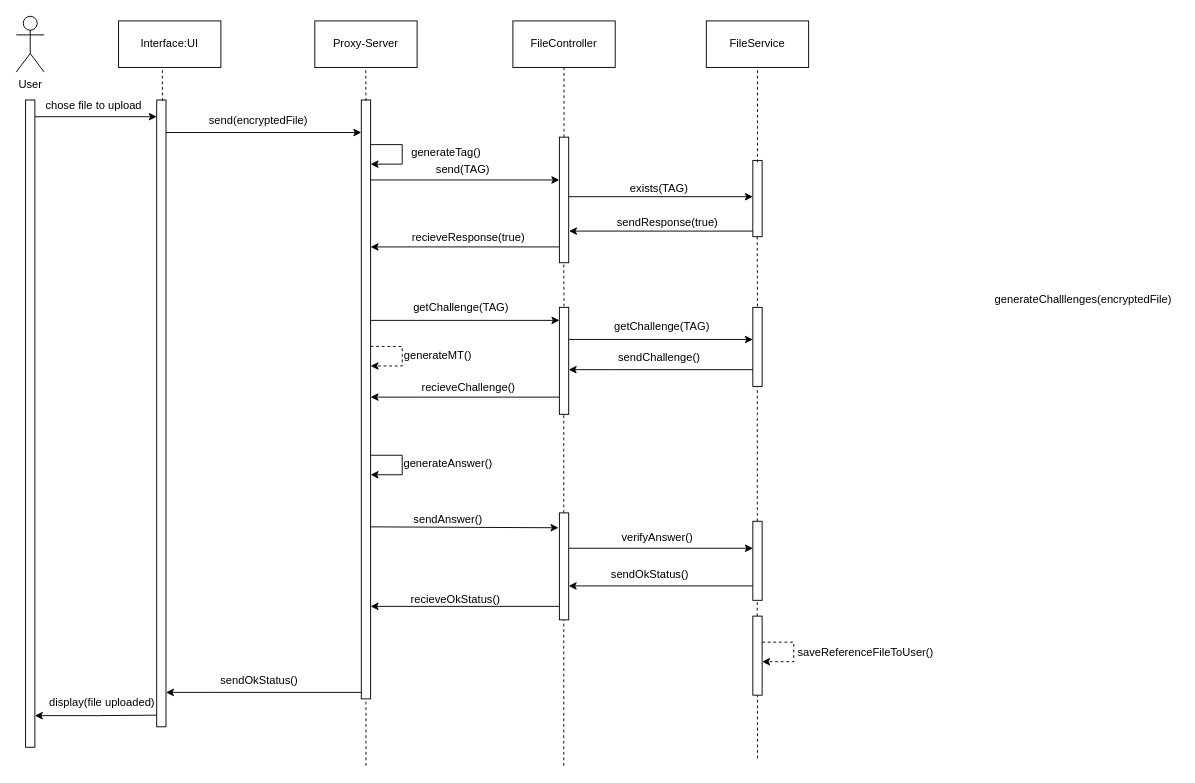
Before: sd_fisier_exista.drawio in jipi2/SecureDataDeduplication, a draw.io diagram. Source tidied: cells renumbered, new cells numbered last; positions are measured from the earlier drawing's top-left corner, leaving out a move shared by most shapes. Both pictures are drawn from the tidied source at 93%, with x=0, y=0 at pixel (16, 16).
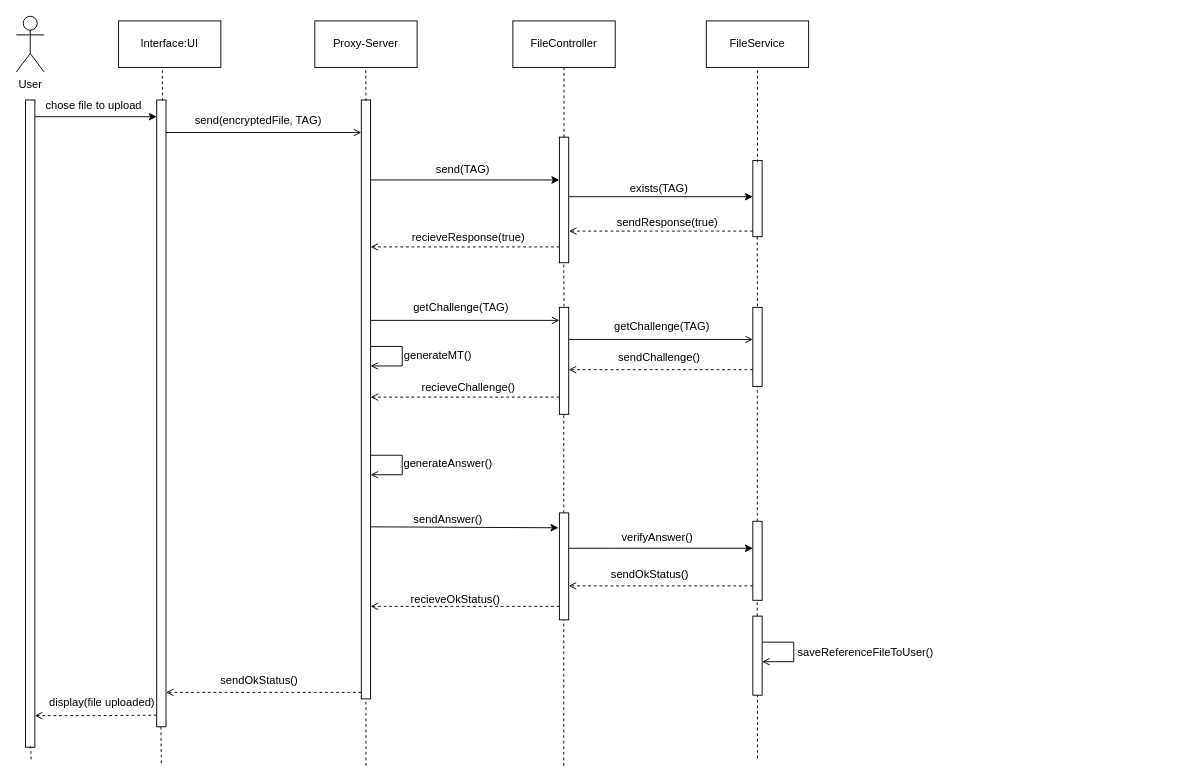
After the change.

Unchanged cells that the change refers to:
```xml
<mxCell id="15" style="html=1;points=[[0,0,0,0,5],[0,1,0,0,-5],[1,0,0,0,5],[1,1,0,0,-5]];perimeter=orthogonalPerimeter;outlineConnect=0;targetShapes=umlLifeline;portConstraint=eastwest;newEdgeStyle={&quot;curved&quot;:0,&quot;rounded&quot;:0};" parent="1" vertex="1">
  <mxGeometry x="371" y="90" width="10" height="644" as="geometry" />
</mxCell>
<mxCell id="37" style="html=1;points=[[0,0,0,0,5],[0,1,0,0,-5],[1,0,0,0,5],[1,1,0,0,-5]];perimeter=orthogonalPerimeter;outlineConnect=0;targetShapes=umlLifeline;portConstraint=eastwest;newEdgeStyle={&quot;curved&quot;:0,&quot;rounded&quot;:0};" parent="1" vertex="1">
  <mxGeometry x="584" y="313" width="10" height="115" as="geometry" />
</mxCell>
<mxCell id="41" style="html=1;points=[[0,0,0,0,5],[0,1,0,0,-5],[1,0,0,0,5],[1,1,0,0,-5]];perimeter=orthogonalPerimeter;outlineConnect=0;targetShapes=umlLifeline;portConstraint=eastwest;newEdgeStyle={&quot;curved&quot;:0,&quot;rounded&quot;:0};" parent="1" vertex="1">
  <mxGeometry x="792" y="313" width="10" height="85" as="geometry" />
</mxCell>
```

The edit, as a diff of the source:
```diff
@@
-    <mxCell id="9" style="edgeStyle=orthogonalEdgeStyle;rounded=0;orthogonalLoop=1;jettySize=auto;html=1;curved=0;" parent="1" edge="1">
+    <mxCell id="9" style="edgeStyle=orthogonalEdgeStyle;rounded=0;orthogonalLoop=1;jettySize=auto;html=1;curved=0;endArrow=open;endFill=0;" parent="1" edge="1">
       <mxGeometry relative="1" as="geometry">
         <mxPoint x="161" y="125" as="sourcePoint" />
         <mxPoint x="371" y="125" as="targetPoint" />
       </mxGeometry>
     </mxCell>
-    <mxCell id="10" style="edgeStyle=orthogonalEdgeStyle;rounded=0;orthogonalLoop=1;jettySize=auto;html=1;curved=0;" parent="1" edge="1">
+    <mxCell id="10" style="edgeStyle=orthogonalEdgeStyle;rounded=0;orthogonalLoop=1;jettySize=auto;html=1;curved=0;dashed=1;endArrow=open;endFill=0;" parent="1" edge="1">
       <mxGeometry relative="1" as="geometry">
         <mxPoint x="151" y="751.5" as="sourcePoint" />
         <mxPoint x="20" y="752" as="targetPoint" />
       </mxGeometry>
     </mxCell>
@@
-    <mxCell id="13" style="edgeStyle=orthogonalEdgeStyle;rounded=0;jettySize=auto;html=1;curved=0;" parent="1" edge="1" source="15" target="37">
+    <mxCell id="13" style="edgeStyle=orthogonalEdgeStyle;rounded=0;jettySize=auto;html=1;curved=0;endArrow=open;endFill=0;" parent="1" edge="1" source="15" target="37">
       <mxGeometry relative="1" as="geometry">
         <Array as="points">
           <mxPoint x="533" y="327" />
           <mxPoint x="533" y="327" />
         </Array>
       </mxGeometry>
     </mxCell>
-    <mxCell id="14" style="edgeStyle=orthogonalEdgeStyle;rounded=0;orthogonalLoop=1;jettySize=auto;html=1;curved=0;" parent="1" edge="1">
+    <mxCell id="14" style="edgeStyle=orthogonalEdgeStyle;rounded=0;orthogonalLoop=1;jettySize=auto;html=1;curved=0;dashed=1;endArrow=open;endFill=0;" parent="1" edge="1">
       <mxGeometry relative="1" as="geometry">
         <mxPoint x="371" y="727" as="sourcePoint" />
         <mxPoint x="161" y="727" as="targetPoint" />
         <Array as="points">
           <mxPoint x="212" y="727" />
           <mxPoint x="212" y="727" />
         </Array>
       </mxGeometry>
     </mxCell>
@@
-    <mxCell id="16" value="send(encryptedFile)" style="text;html=1;align=center;verticalAlign=middle;strokeColor=none;fillColor=none;" parent="1" vertex="1">
-      <mxGeometry x="198" y="99" width="124" height="26" as="geometry" />
+    <mxCell id="16" value="send(encryptedFile, TAG)" style="text;html=1;align=center;verticalAlign=middle;strokeColor=none;fillColor=none;" parent="1" vertex="1">
+      <mxGeometry x="183" y="99" width="154" height="26" as="geometry" />
     </mxCell>
@@
-    <mxCell id="18" style="edgeStyle=orthogonalEdgeStyle;rounded=0;orthogonalLoop=1;jettySize=auto;html=1;curved=0;" parent="1" edge="1">
+    <mxCell id="18" style="edgeStyle=orthogonalEdgeStyle;rounded=0;orthogonalLoop=1;jettySize=auto;html=1;curved=0;dashed=1;endArrow=open;endFill=0;" parent="1" edge="1">
       <mxGeometry relative="1" as="geometry">
         <mxPoint x="584" y="248" as="sourcePoint" />
         <mxPoint x="381" y="248" as="targetPoint" />
         <Array as="points">
           <mxPoint x="533" y="248" />
           <mxPoint x="533" y="248" />
         </Array>
       </mxGeometry>
     </mxCell>
@@
-    <mxCell id="24" style="edgeStyle=orthogonalEdgeStyle;rounded=0;orthogonalLoop=1;jettySize=auto;html=1;curved=0;entryX=1.043;entryY=0.5;entryDx=0;entryDy=0;entryPerimeter=0;" parent="1" edge="1">
+    <mxCell id="24" style="edgeStyle=orthogonalEdgeStyle;rounded=0;orthogonalLoop=1;jettySize=auto;html=1;curved=0;entryX=1.043;entryY=0.5;entryDx=0;entryDy=0;entryPerimeter=0;dashed=1;endArrow=open;endFill=0;" parent="1" edge="1">
       <mxGeometry relative="1" as="geometry">
         <mxPoint x="792" y="231" as="sourcePoint" />
         <mxPoint x="594.4" y="231" as="targetPoint" />
       </mxGeometry>
     </mxCell>
@@
-    <mxCell id="28" style="endArrow=classic;html=1;rounded=0;dashed=1;" parent="1" edge="1">
+    <mxCell id="28" style="endArrow=open;html=1;rounded=0;endFill=0;" parent="1" edge="1">
       <mxGeometry relative="1" as="geometry">
         <mxPoint x="381" y="355" as="sourcePoint" />
         <mxPoint x="381" y="376" as="targetPoint" />
         <Array as="points">
           <mxPoint x="415" y="355" />
           <mxPoint x="415" y="376" />
         </Array>
       </mxGeometry>
     </mxCell>
-    <mxCell id="29" value="generateChalllenges(encryptedFile)" style="text;html=1;align=center;verticalAlign=middle;strokeColor=none;fillColor=none;" parent="1" vertex="1">
+    <mxCell id="29" style="text;html=1;align=center;verticalAlign=middle;strokeColor=none;fillColor=none;" parent="1" vertex="1">
       <mxGeometry x="1042.5" y="292" width="208" height="26" as="geometry" />
     </mxCell>
@@
-    <mxCell id="35" style="edgeStyle=orthogonalEdgeStyle;rounded=0;orthogonalLoop=1;jettySize=auto;html=1;curved=0;" parent="1" edge="1">
+    <mxCell id="35" style="edgeStyle=orthogonalEdgeStyle;rounded=0;orthogonalLoop=1;jettySize=auto;html=1;curved=0;endArrow=open;endFill=0;" parent="1" edge="1">
       <mxGeometry relative="1" as="geometry">
         <mxPoint x="594" y="347.5" as="sourcePoint" />
         <mxPoint x="792" y="347.5" as="targetPoint" />
       </mxGeometry>
     </mxCell>
-    <mxCell id="36" style="edgeStyle=orthogonalEdgeStyle;rounded=0;orthogonalLoop=1;jettySize=auto;html=1;curved=0;" parent="1" edge="1">
+    <mxCell id="36" style="edgeStyle=orthogonalEdgeStyle;rounded=0;orthogonalLoop=1;jettySize=auto;html=1;curved=0;dashed=1;endArrow=open;endFill=0;" parent="1" edge="1">
       <mxGeometry relative="1" as="geometry">
         <mxPoint x="584" y="409.5" as="sourcePoint" />
         <mxPoint x="381" y="409.5" as="targetPoint" />
         <Array as="points">
           <mxPoint x="432" y="409" />
           <mxPoint x="432" y="409" />
         </Array>
       </mxGeometry>
     </mxCell>
@@
-    <mxCell id="40" style="edgeStyle=orthogonalEdgeStyle;rounded=0;jettySize=auto;html=1;curved=0;" parent="1" edge="1" source="41" target="37">
+    <mxCell id="40" style="edgeStyle=orthogonalEdgeStyle;rounded=0;jettySize=auto;html=1;curved=0;dashed=1;endArrow=open;endFill=0;" parent="1" edge="1" source="41" target="37">
       <mxGeometry relative="1" as="geometry">
         <Array as="points">
           <mxPoint x="644" y="380" />
           <mxPoint x="644" y="380" />
         </Array>
       </mxGeometry>
     </mxCell>
@@
-    <mxCell id="46" style="endArrow=classic;html=1;rounded=0;" parent="1" edge="1">
+    <mxCell id="46" style="endArrow=open;html=1;rounded=0;endFill=0;" parent="1" edge="1">
       <mxGeometry relative="1" as="geometry">
         <mxPoint x="381" y="472" as="sourcePoint" />
         <mxPoint x="381" y="493" as="targetPoint" />
         <Array as="points">
           <mxPoint x="415" y="472" />
           <mxPoint x="415" y="493" />
         </Array>
       </mxGeometry>
     </mxCell>
@@
-    <mxCell id="49" style="edgeStyle=orthogonalEdgeStyle;rounded=0;orthogonalLoop=1;jettySize=auto;html=1;curved=0;" parent="1" edge="1">
+    <mxCell id="49" style="edgeStyle=orthogonalEdgeStyle;rounded=0;orthogonalLoop=1;jettySize=auto;html=1;curved=0;dashed=1;endArrow=open;endFill=0;" parent="1" edge="1">
       <mxGeometry relative="1" as="geometry">
         <mxPoint x="584" y="634.5" as="sourcePoint" />
         <mxPoint x="381" y="634.5" as="targetPoint" />
         <Array as="points">
           <mxPoint x="432" y="634" />
           <mxPoint x="432" y="634" />
         </Array>
       </mxGeometry>
     </mxCell>
@@
-    <mxCell id="54" style="edgeStyle=orthogonalEdgeStyle;rounded=0;orthogonalLoop=1;jettySize=auto;html=1;curved=0;" parent="1" edge="1">
+    <mxCell id="54" style="edgeStyle=orthogonalEdgeStyle;rounded=0;orthogonalLoop=1;jettySize=auto;html=1;curved=0;dashed=1;endArrow=open;endFill=0;" parent="1" edge="1">
       <mxGeometry relative="1" as="geometry">
         <mxPoint x="792" y="612.5" as="sourcePoint" />
         <mxPoint x="594" y="612.5" as="targetPoint" />
         <Array as="points">
           <mxPoint x="643" y="613" />
           <mxPoint x="643" y="613" />
         </Array>
       </mxGeometry>
     </mxCell>
@@
-    <mxCell id="64" style="endArrow=classic;html=1;rounded=0;" parent="1" edge="1">
-      <mxGeometry relative="1" as="geometry">
-        <mxPoint x="381" y="138" as="sourcePoint" />
-        <mxPoint x="381" y="159" as="targetPoint" />
-        <Array as="points">
-          <mxPoint x="415" y="138" />
-          <mxPoint x="415" y="159" />
-        </Array>
-      </mxGeometry>
-    </mxCell>
-    <mxCell id="65" value="generateTag()" style="text;html=1;align=center;verticalAlign=middle;strokeColor=none;fillColor=none;" parent="1" vertex="1">
-      <mxGeometry x="415" y="134" width="93" height="26" as="geometry" />
-    </mxCell>
@@
-    <mxCell id="68" style="endArrow=classic;html=1;rounded=0;dashed=1;" parent="1" edge="1">
+    <mxCell id="68" style="endArrow=open;html=1;rounded=0;endFill=0;" parent="1" edge="1">
       <mxGeometry relative="1" as="geometry">
         <mxPoint x="802" y="673" as="sourcePoint" />
         <mxPoint x="802" y="694" as="targetPoint" />
         <Array as="points">
           <mxPoint x="836" y="673" />
           <mxPoint x="836" y="694" />
         </Array>
       </mxGeometry>
     </mxCell>
@@
+    <mxCell id="70" style="endArrow=none;dashed=1;html=1;rounded=0;" parent="1" edge="1">
+      <mxGeometry relative="1" as="geometry">
+        <mxPoint x="156" y="803" as="sourcePoint" />
+        <mxPoint x="155.5" y="762" as="targetPoint" />
+      </mxGeometry>
+    </mxCell>
+    <mxCell id="71" style="endArrow=none;dashed=1;html=1;rounded=0;" parent="1" edge="1">
+      <mxGeometry relative="1" as="geometry">
+        <mxPoint x="16" y="799" as="sourcePoint" />
+        <mxPoint x="15.5" y="785" as="targetPoint" />
+      </mxGeometry>
+    </mxCell>
```
